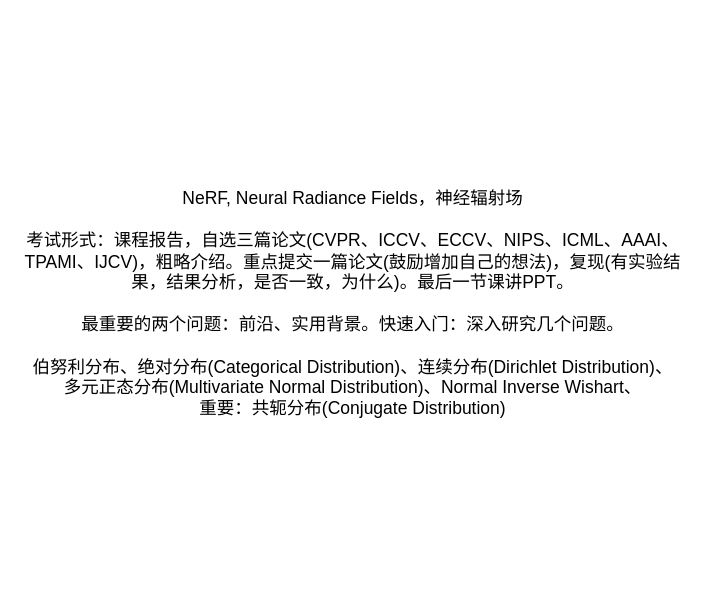
This is 视觉计算.drawio from Zhou-AY/hello-world, a draw.io file, before an edit. Source tidied: cells renumbered, new cells numbered last; positions are measured from the earlier drawing's top-left corner, leaving out a move shared by most shapes. Both pictures are drawn from the tidied source at 125%, with x=0, y=0 at pixel (21, 21).
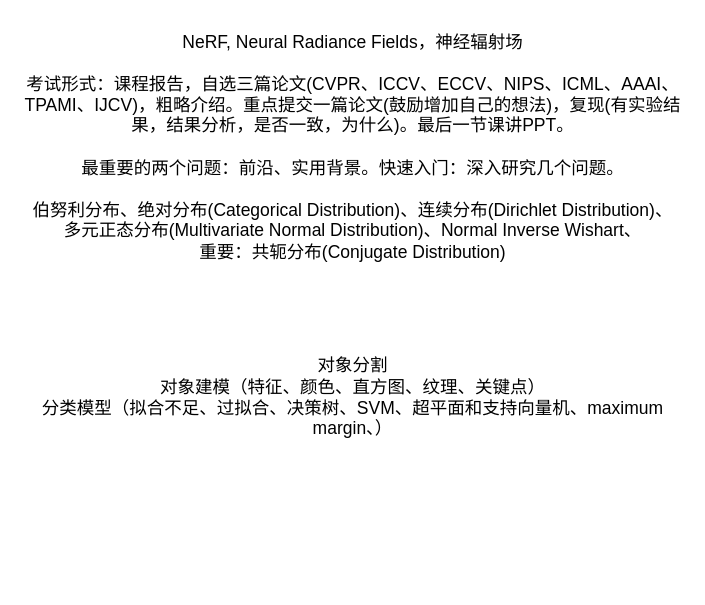
The same diagram, later.

Commit message:
更新视觉计算.drawio

Change to the diagram source:
```diff
@@
 <mxGraphModel>
   <root>
     <mxCell id="0" />
     <mxCell id="1" parent="0" />
     <mxCell id="2" value="&lt;font style=&quot;font-size: 14px;&quot;&gt;NeRF, Neural Radiance Fields，神经辐射场&lt;br&gt;&lt;br&gt;考试形式：课程报告，自选三篇论文(CVPR、ICCV、ECCV、NIPS、ICML、AAAI、TPAMI、IJCV)，粗略介绍。重点提交一篇论文(鼓励增加自己的想法)，复现(有实验结果，结果分析，是否一致，为什么)。最后一节课讲PPT。&lt;br&gt;&lt;br&gt;最重要的两个问题：前沿、实用背景。快速入门：深入研究几个问题。&lt;br&gt;&lt;br&gt;伯努利分布、绝对分布(Categorical Distribution)、连续分布(Dirichlet Distribution)、&lt;br&gt;多元正态分布(Multivariate Normal Distribution)、Normal Inverse Wishart、&lt;br&gt;重要：共轭分布(Conjugate Distribution)&lt;br&gt;&lt;/font&gt;" style="text;html=1;strokeColor=none;fillColor=none;align=center;verticalAlign=middle;whiteSpace=wrap;rounded=0;" parent="1" vertex="1">
-      <mxGeometry width="530" height="450" as="geometry" />
+      <mxGeometry width="530" height="200" as="geometry" />
     </mxCell>
+    <mxCell id="3" value="&lt;font style=&quot;font-size: 14px;&quot;&gt;对象分割&lt;br&gt;对象建模（特征、颜色、直方图、纹理、关键点）&lt;br&gt;分类模型（拟合不足、过拟合、决策树、SVM、超平面和支持向量机、maximum margin、）&lt;br&gt;&lt;/font&gt;" style="text;html=1;strokeColor=none;fillColor=none;align=center;verticalAlign=middle;whiteSpace=wrap;rounded=0;" parent="1" vertex="1">
+      <mxGeometry y="200" width="530" height="200" as="geometry" />
+    </mxCell>
   </root>
 </mxGraphModel>
```
